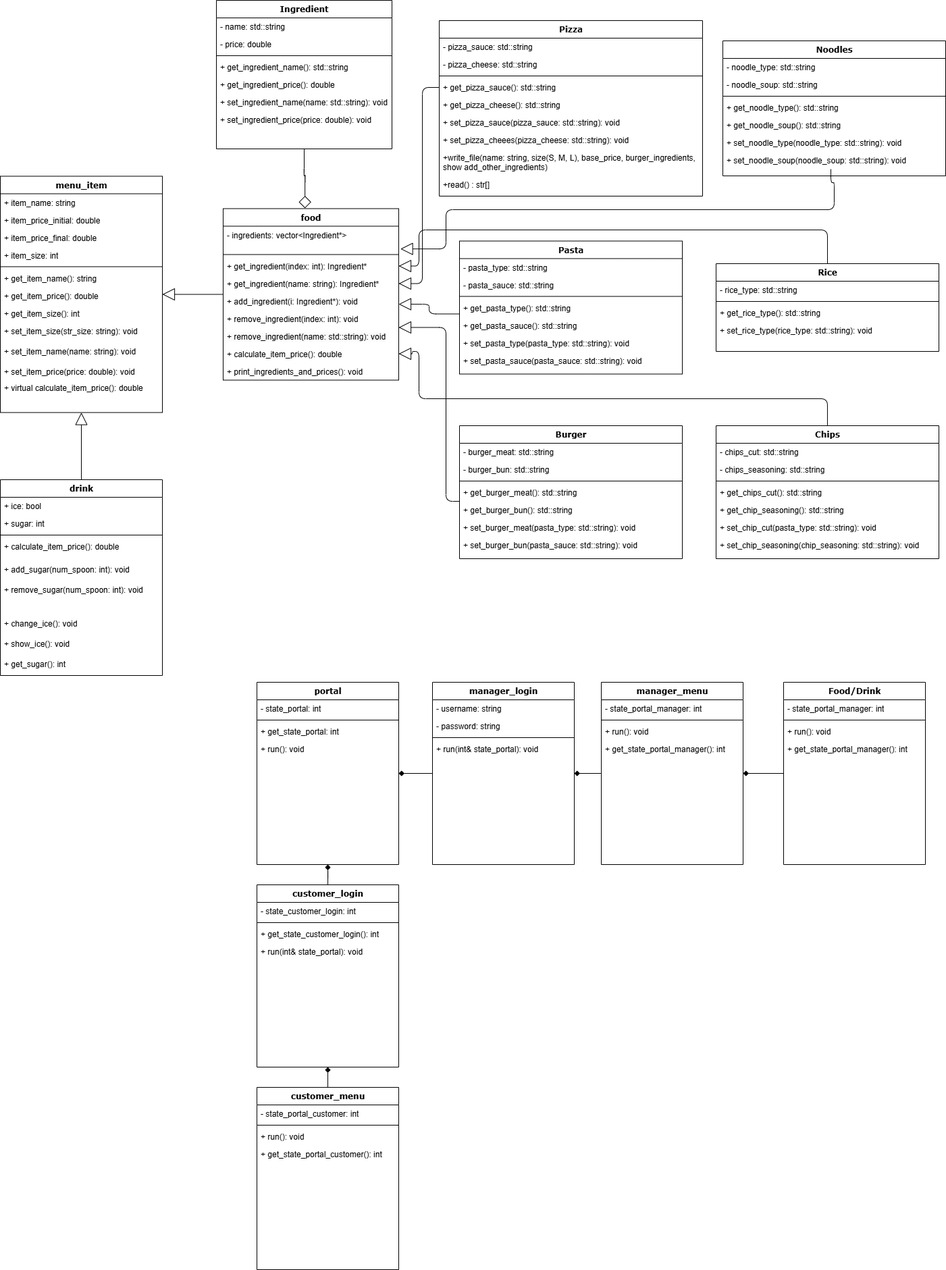
The draw.io diagram UML.png in SohamA12345/Project, before a commit. Source tidied: cells renumbered, new cells last; positions are measured from the earlier drawing's top-left corner, leaving out a move shared by most shapes.
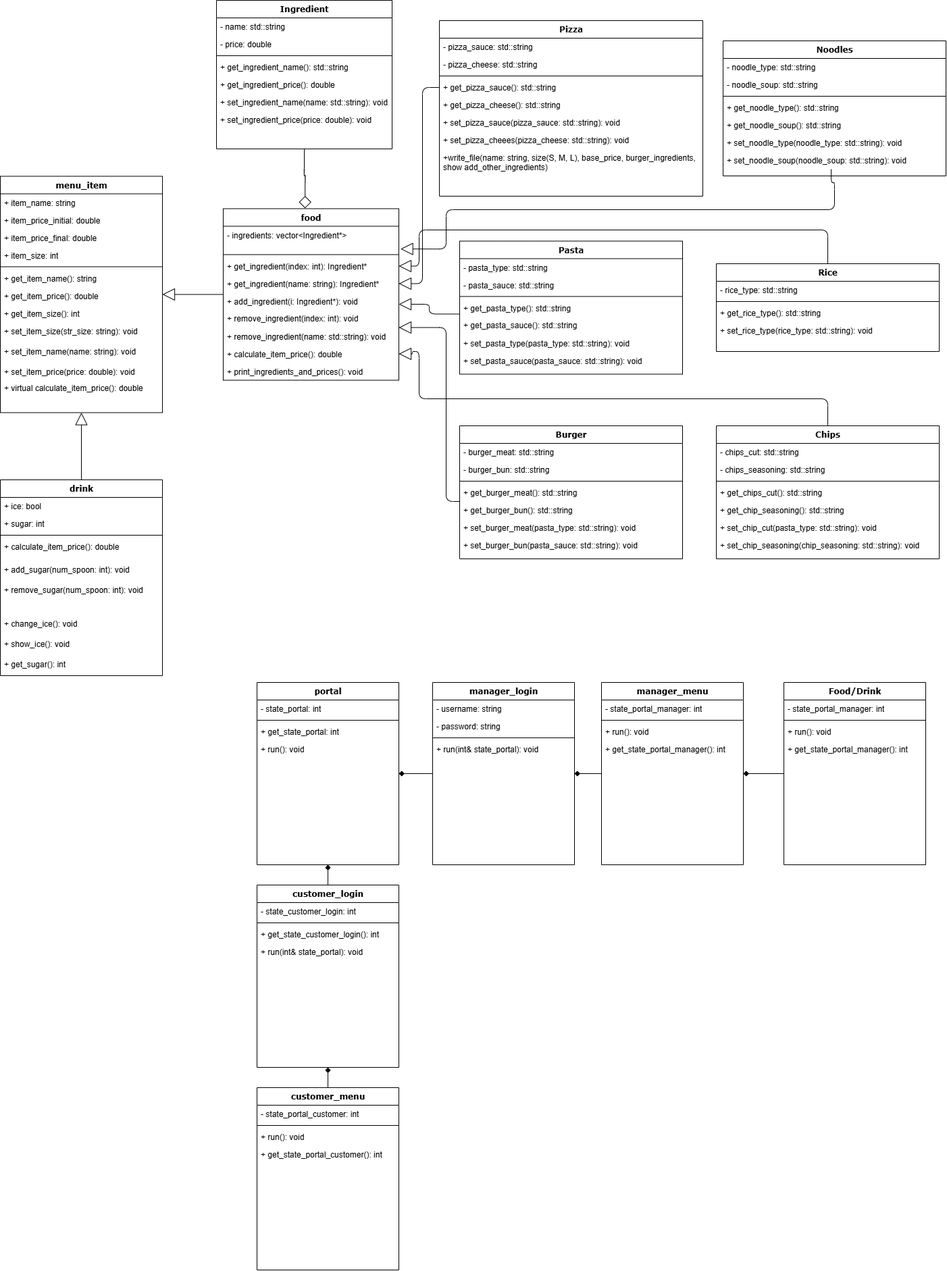
After the change.

The edit, as a diff of the source:
```diff
@@ -283,9 +283,6 @@
     <mxCell id="93" value="+write_file(name: string,&lt;span&gt;&lt;span dir=&quot;ltr&quot; class=&quot;ui-provider a b c d e f g h i j k l m n o p q r s t u v w x y z ab ac ae af ag ah ai aj ak&quot;&gt;&amp;nbsp;size(S, M, L), base_price, burger_ingredients, show add_other_ingredients&lt;/span&gt;&lt;/span&gt;)" style="text;html=1;strokeColor=none;fillColor=none;align=left;verticalAlign=top;spacingLeft=4;spacingRight=4;whiteSpace=wrap;overflow=hidden;" parent="85" vertex="1">
       <mxGeometry y="190" width="390" height="40" as="geometry" />
     </mxCell>
-    <mxCell id="94" value="+read() : str[]" style="text;html=1;strokeColor=none;fillColor=none;align=left;verticalAlign=top;spacingLeft=4;spacingRight=4;whiteSpace=wrap;overflow=hidden;" parent="85" vertex="1">
-      <mxGeometry y="230" width="390" height="26" as="geometry" />
-    </mxCell>
     <mxCell id="95" style="edgeStyle=orthogonalEdgeStyle;rounded=1;jettySize=auto;html=1;exitX=0;exitY=0.5;exitDx=0;exitDy=0;entryX=1;entryY=0.5;entryDx=0;entryDy=0;verticalAlign=middle;endArrow=block;endFill=0;curved=0;endSize=16;" parent="1" edge="1" source="89" target="20">
       <mxGeometry relative="1" as="geometry" />
     </mxCell>
```
